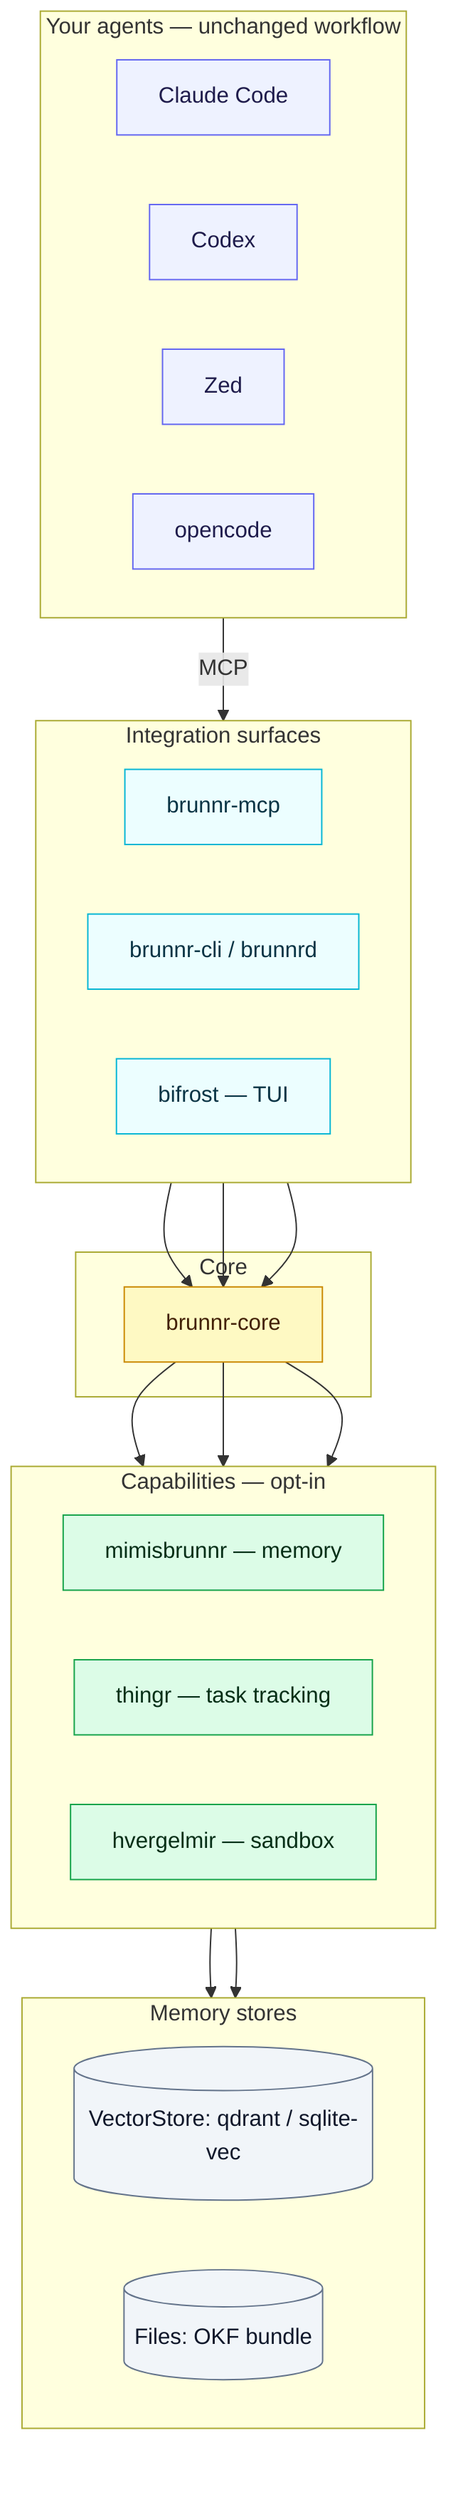
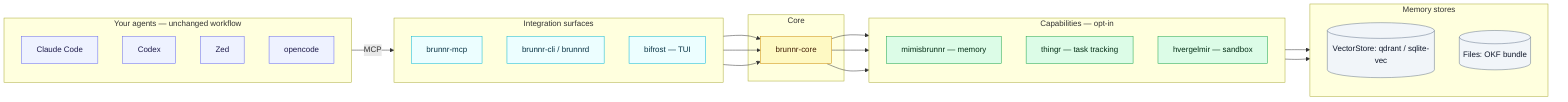
- flowchart TD
+ flowchart LR
  subgraph agents["Your agents — unchanged workflow"]
-     direction LR
+     direction TB
    CC[Claude Code]:::agent
    CX[Codex]:::agent
    ZD[Zed]:::agent
    OC[opencode]:::agent
  end
-   agents -->|MCP| MCP

  subgraph surfaces["Integration surfaces"]
-     direction LR
+     direction TB
    MCP[brunnr-mcp]:::surface
    CLI["brunnr-cli / brunnrd"]:::surface
    TUI["bifrost — TUI"]:::surface
  end

  subgraph core["Core"]
    CORE[brunnr-core]:::core
  end
-   MCP --> CORE
-   CLI --> CORE
-   TUI --> CORE

  subgraph caps["Capabilities — opt-in"]
-     direction LR
+     direction TB
    MEM[mimisbrunnr — memory]:::cap
    TASKS[thingr — task tracking]:::cap
    SBX[hvergelmir — sandbox]:::cap
  end
+ 
+   subgraph stores["Memory stores"]
+     direction TB
+     VS[("VectorStore: qdrant / sqlite-vec")]:::store
+     FB[("Files: OKF bundle")]:::store
+   end
+ 
+   agents -->|MCP| MCP
+   MCP --> CORE
+   CLI --> CORE
+   TUI --> CORE
  CORE --> MEM
  CORE --> TASKS
  CORE --> SBX
- 
-   subgraph stores["Memory stores"]
-     direction LR
-     VS[("VectorStore: qdrant / sqlite-vec")]:::store
-     FB[("Files: OKF bundle")]:::store
-   end
  MEM --> VS
  MEM --> FB

  classDef agent fill:#eef2ff,stroke:#6366f1,color:#1e1b4b;
  classDef surface fill:#ecfeff,stroke:#06b6d4,color:#083344;
  classDef core fill:#fef9c3,stroke:#ca8a04,color:#422006;
  classDef cap fill:#dcfce7,stroke:#16a34a,color:#052e16;
  classDef store fill:#f1f5f9,stroke:#64748b,color:#0f172a;
